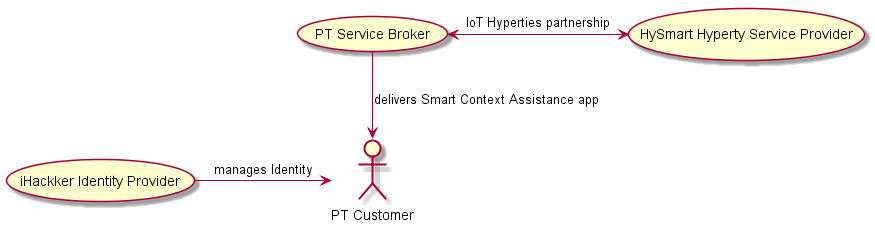
This is docs/scenarios/smart-contextual-assistance/smart-contextual-assistance-business-view.png from reTHINK-project/scenario-service-implementation, a PlantUML export, as it was before one commit. Source of this version:
```plantuml
@startuml

actor "PT Customer" as client

usecase (PT Service Broker) as pt
usecase (HySmart Hyperty Service Provider) as hySmart
usecase (iHackker Identity Provider) as iHackker

pt <-> hySmart : IoT Hyperties partnership
pt -down-> client : delivers Smart Context Assistance app
iHackker -right-> client : manages Identity


@enduml
```
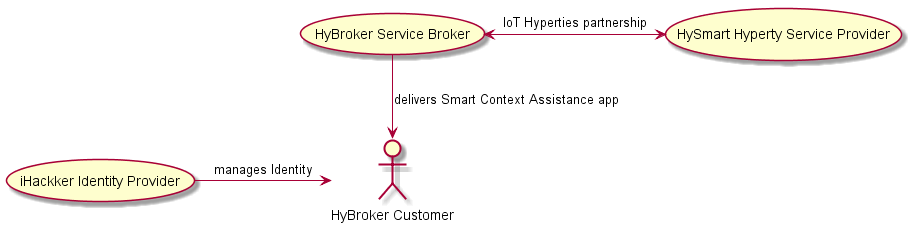
The same file after the commit.

Change to the diagram source:
```diff
@@ -1,8 +1,8 @@
 @startuml
 
-actor "PT Customer" as client
+actor "HyBroker Customer" as client
 
-usecase (PT Service Broker) as pt
+usecase (HyBroker Service Broker) as pt
 usecase (HySmart Hyperty Service Provider) as hySmart
 usecase (iHackker Identity Provider) as iHackker
 
```
